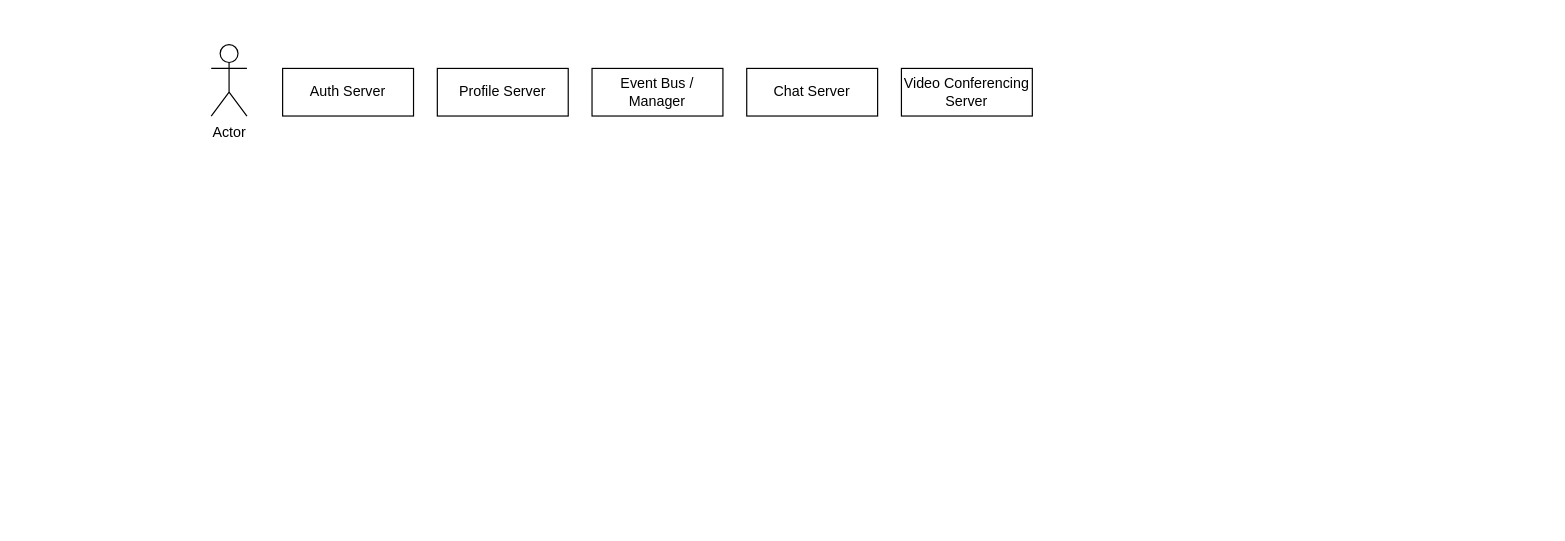
Before: Sequence Diagram.drawio in adarshnin/curabl, a draw.io diagram. Source tidied: cells renumbered, new cells numbered last; positions are measured from the earlier drawing's top-left corner, leaving out a move shared by most shapes. Both pictures are drawn from the tidied source at 119%, with x=0, y=0 at pixel (211, 44).
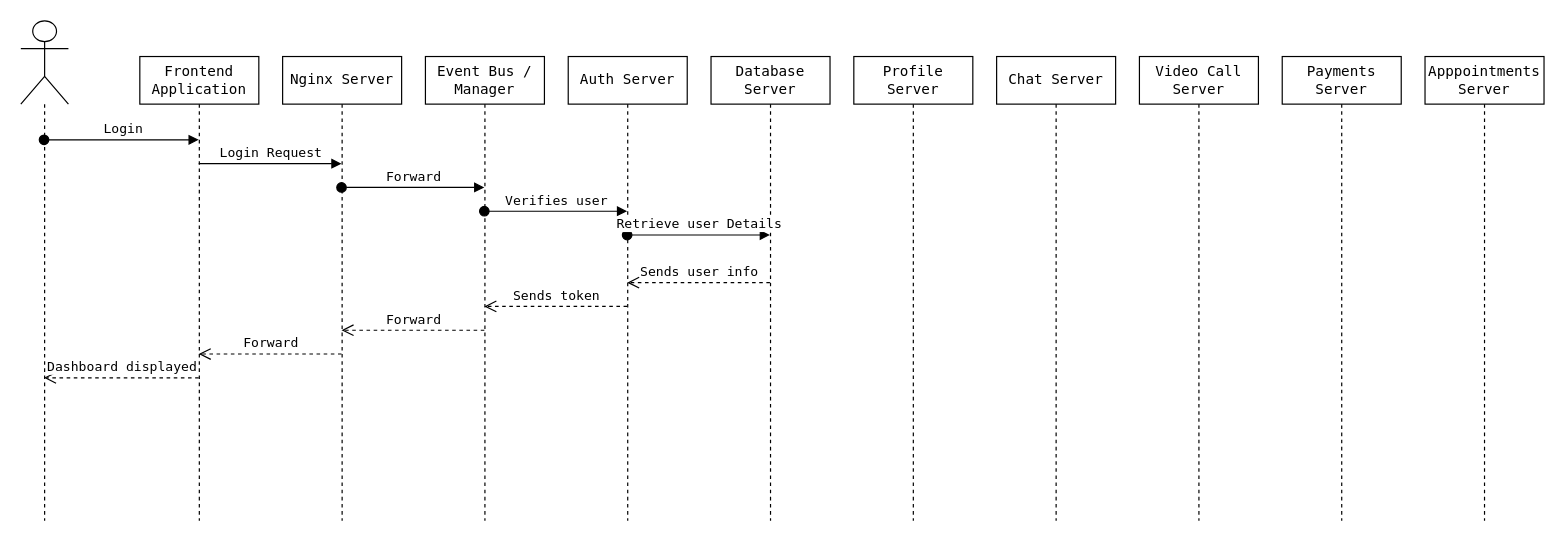
The same diagram, later.

The edit, as a diff of the source:
```diff
@@
+    <mxCell id="8" style="shape=umlLifeline;participant=umlActor;perimeter=lifelinePerimeter;whiteSpace=wrap;html=1;verticalAlign=top;spacingTop=36;outlineConnect=0;size=70;fontFamily=Lucida Console;" parent="1" vertex="1">
+      <mxGeometry x="-160" y="-20" width="40" height="420" as="geometry" />
+    </mxCell>
+    <mxCell id="9" value="Nginx Server" style="shape=umlLifeline;perimeter=lifelinePerimeter;whiteSpace=wrap;html=1;outlineConnect=0;fontFamily=Lucida Console;" parent="1" vertex="1">
+      <mxGeometry x="60" y="10" width="100" height="390" as="geometry" />
+    </mxCell>
+    <mxCell id="10" value="Apppointments Server" style="shape=umlLifeline;perimeter=lifelinePerimeter;whiteSpace=wrap;html=1;fontFamily=Lucida Console;" parent="1" vertex="1">
+      <mxGeometry x="1020" y="10" width="100" height="390" as="geometry" />
+    </mxCell>
+    <mxCell id="11" value="Payments Server" style="shape=umlLifeline;perimeter=lifelinePerimeter;whiteSpace=wrap;html=1;fontFamily=Lucida Console;" parent="1" vertex="1">
+      <mxGeometry x="900" y="10" width="100" height="390" as="geometry" />
+    </mxCell>
+    <mxCell id="12" value="Video Call Server" style="shape=umlLifeline;perimeter=lifelinePerimeter;whiteSpace=wrap;html=1;fontFamily=Lucida Console;" parent="1" vertex="1">
+      <mxGeometry x="780" y="10" width="100" height="390" as="geometry" />
+    </mxCell>
+    <mxCell id="5" value="Chat Server" style="shape=umlLifeline;perimeter=lifelinePerimeter;whiteSpace=wrap;html=1;fontFamily=Lucida Console;fontSize=12;" parent="1" vertex="1">
+      <mxGeometry x="660" y="10" width="100" height="390" as="geometry" />
+    </mxCell>
+    <mxCell id="3" value="Profile Server" style="shape=umlLifeline;perimeter=lifelinePerimeter;whiteSpace=wrap;html=1;fontFamily=Lucida Console;" parent="1" vertex="1">
+      <mxGeometry x="540" y="10" width="100" height="390" as="geometry" />
+    </mxCell>
-    <mxCell id="2" value="Auth Server" style="rounded=0;whiteSpace=wrap;html=1;" parent="1" vertex="1">
-      <mxGeometry x="60" y="20" width="110" height="40" as="geometry" />
+    <mxCell id="2" value="Auth Server" style="shape=umlLifeline;perimeter=lifelinePerimeter;whiteSpace=wrap;html=1;outlineConnect=0;fontFamily=Lucida Console;" parent="1" vertex="1">
+      <mxGeometry x="300" y="10" width="100" height="390" as="geometry" />
     </mxCell>
-    <mxCell id="3" value="Profile Server" style="rounded=0;whiteSpace=wrap;html=1;" parent="1" vertex="1">
-      <mxGeometry x="190" y="20" width="110" height="40" as="geometry" />
-    </mxCell>
+    <mxCell id="13" value="Login" style="html=1;verticalAlign=bottom;startArrow=oval;endArrow=block;startSize=8;rounded=0;fontFamily=Lucida Console;" parent="1" edge="1" source="8" target="21">
+      <mxGeometry x="0.01" relative="1" as="geometry">
+        <Array as="points">
+          <mxPoint x="-50" y="80" />
+        </Array>
+      </mxGeometry>
+    </mxCell>
-    <mxCell id="4" value="Event Bus / Manager" style="rounded=0;whiteSpace=wrap;html=1;" parent="1" vertex="1">
-      <mxGeometry x="320" y="20" width="110" height="40" as="geometry" />
+    <mxCell id="4" value="Event Bus / Manager" style="shape=umlLifeline;perimeter=lifelinePerimeter;whiteSpace=wrap;html=1;outlineConnect=0;fontFamily=Lucida Console;" parent="1" vertex="1">
+      <mxGeometry x="180" y="10" width="100" height="390" as="geometry" />
     </mxCell>
-    <mxCell id="5" value="Chat Server" style="rounded=0;whiteSpace=wrap;html=1;" parent="1" vertex="1">
-      <mxGeometry x="450" y="20" width="110" height="40" as="geometry" />
-    </mxCell>
-    <mxCell id="6" value="Video Conferencing Server" style="rounded=0;whiteSpace=wrap;html=1;" parent="1" vertex="1">
-      <mxGeometry x="580" y="20" width="110" height="40" as="geometry" />
-    </mxCell>
-    <mxCell id="7" value="Actor" style="shape=umlActor;verticalLabelPosition=bottom;verticalAlign=top;html=1;" parent="1" vertex="1">
-      <mxGeometry width="30" height="60" as="geometry" />
-    </mxCell>
+    <mxCell id="14" value="Forward" style="html=1;verticalAlign=bottom;startArrow=oval;startFill=1;endArrow=block;startSize=8;rounded=0;fontFamily=Lucida Console;" parent="1" edge="1" source="9" target="4">
+      <mxGeometry relative="1" as="geometry">
+        <Array as="points">
+          <mxPoint x="180" y="120" />
+        </Array>
+      </mxGeometry>
+    </mxCell>
+    <mxCell id="15" value="Database Server" style="shape=umlLifeline;perimeter=lifelinePerimeter;whiteSpace=wrap;html=1;outlineConnect=0;fontFamily=Lucida Console;" parent="1" vertex="1">
+      <mxGeometry x="420" y="10" width="100" height="390" as="geometry" />
+    </mxCell>
+    <mxCell id="16" value="Verifies user" style="html=1;verticalAlign=bottom;startArrow=oval;startFill=1;endArrow=block;startSize=8;rounded=0;fontFamily=Lucida Console;" parent="1" edge="1" source="4" target="2">
+      <mxGeometry relative="1" as="geometry">
+        <Array as="points">
+          <mxPoint x="310" y="140" />
+        </Array>
+      </mxGeometry>
+    </mxCell>
+    <mxCell id="17" value="Retrieve user Details" style="html=1;verticalAlign=bottom;startArrow=oval;startFill=1;endArrow=block;startSize=8;rounded=0;fontFamily=Lucida Console;" parent="1" edge="1" source="2" target="15">
+      <mxGeometry relative="1" as="geometry">
+        <Array as="points">
+          <mxPoint x="430" y="160" />
+        </Array>
+      </mxGeometry>
+    </mxCell>
+    <mxCell id="18" value="Sends user info" style="html=1;verticalAlign=bottom;endArrow=open;dashed=1;endSize=8;rounded=0;fontFamily=Lucida Console;" parent="1" edge="1" source="15" target="2">
+      <mxGeometry relative="1" as="geometry">
+        <Array as="points">
+          <mxPoint x="450" y="200" />
+        </Array>
+      </mxGeometry>
+    </mxCell>
+    <mxCell id="19" value="Sends token" style="html=1;verticalAlign=bottom;endArrow=open;dashed=1;endSize=8;rounded=0;fontFamily=Lucida Console;" parent="1" edge="1" source="2" target="4">
+      <mxGeometry relative="1" as="geometry">
+        <Array as="points">
+          <mxPoint x="290" y="220" />
+        </Array>
+      </mxGeometry>
+    </mxCell>
+    <mxCell id="20" value="Forward" style="html=1;verticalAlign=bottom;endArrow=open;dashed=1;endSize=8;rounded=0;fontFamily=Lucida Console;" parent="1" edge="1" source="4" target="9">
+      <mxGeometry relative="1" as="geometry">
+        <Array as="points">
+          <mxPoint x="140" y="240" />
+        </Array>
+      </mxGeometry>
+    </mxCell>
+    <mxCell id="21" value="Frontend Application" style="shape=umlLifeline;perimeter=lifelinePerimeter;whiteSpace=wrap;html=1;outlineConnect=0;fontFamily=Lucida Console;" parent="1" vertex="1">
+      <mxGeometry x="-60" y="10" width="100" height="390" as="geometry" />
+    </mxCell>
+    <mxCell id="22" value="Login Request" style="html=1;verticalAlign=bottom;endArrow=block;rounded=0;fontFamily=Lucida Console;" parent="1" edge="1" source="21" target="9">
+      <mxGeometry relative="1" as="geometry">
+        <Array as="points">
+          <mxPoint x="70" y="100" />
+        </Array>
+      </mxGeometry>
+    </mxCell>
+    <mxCell id="23" value="Forward" style="html=1;verticalAlign=bottom;endArrow=open;dashed=1;endSize=8;rounded=0;fontFamily=Lucida Console;" parent="1" edge="1" source="9" target="21">
+      <mxGeometry relative="1" as="geometry">
+        <Array as="points">
+          <mxPoint x="70" y="260" />
+        </Array>
+      </mxGeometry>
+    </mxCell>
+    <mxCell id="24" value="Dashboard displayed" style="html=1;verticalAlign=bottom;endArrow=open;dashed=1;endSize=8;rounded=0;fontFamily=Lucida Console;" parent="1" edge="1" source="21" target="8">
+      <mxGeometry relative="1" as="geometry">
+        <Array as="points">
+          <mxPoint x="-40" y="280" />
+        </Array>
+      </mxGeometry>
+    </mxCell>
```
